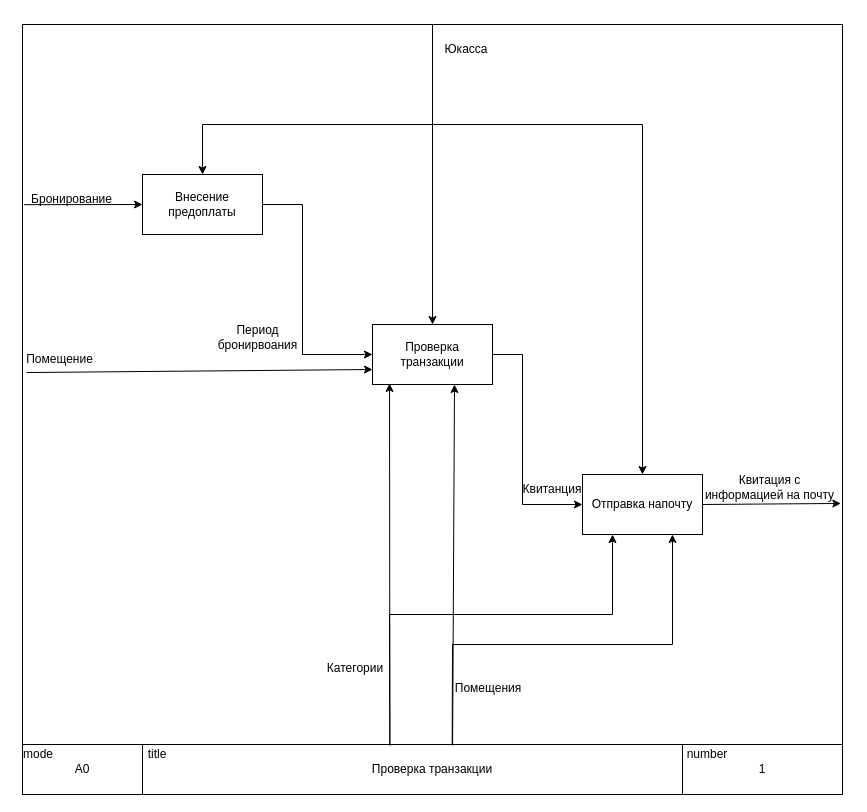
Honeysuckle52/interior keeps this draw.io diagram as Курсовая 2025/Диаграммы/Диаграмма декомпозиций А1.drawio. Above is the earlier version. Source tidied: cells renumbered, new cells numbered last; positions are measured from the earlier drawing's top-left corner, leaving out a move shared by most shapes. Both pictures are drawn from the tidied source at 100%, with x=0, y=0 at pixel (22, 24).
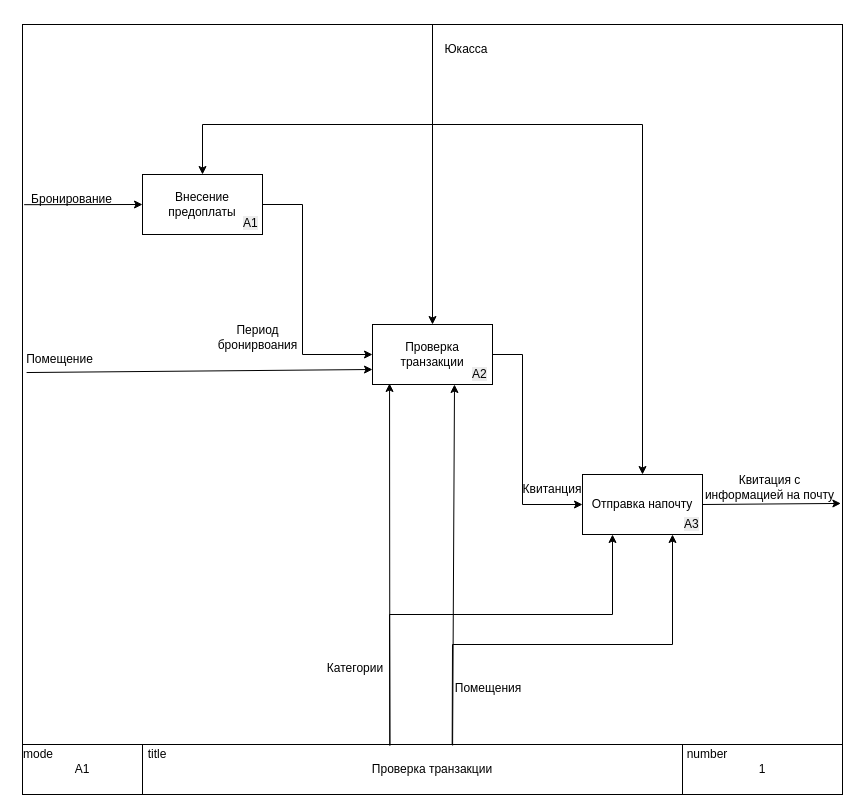
The same diagram, later.

What changed in the source:
```diff
@@
-    <mxCell id="4" value="А0" style="rounded=0;whiteSpace=wrap;html=1;" parent="1" vertex="1">
+    <mxCell id="4" value="А1" style="rounded=0;whiteSpace=wrap;html=1;" parent="1" vertex="1">
       <mxGeometry y="720" width="120" height="50" as="geometry" />
     </mxCell>
@@
+    <mxCell id="32" value="&lt;span style=&quot;color: rgb(0, 0, 0); font-family: Helvetica; font-size: 12px; font-style: normal; font-variant-ligatures: normal; font-variant-caps: normal; font-weight: 400; letter-spacing: normal; orphans: 2; text-align: center; text-indent: 0px; text-transform: none; widows: 2; word-spacing: 0px; -webkit-text-stroke-width: 0px; white-space: normal; background-color: rgb(236, 236, 236); text-decoration-thickness: initial; text-decoration-style: initial; text-decoration-color: initial; display: inline !important; float: none;&quot;&gt;А1&lt;/span&gt;" style="text;whiteSpace=wrap;html=1;" parent="1" vertex="1">
+      <mxGeometry x="219" y="185" width="43" height="36" as="geometry" />
+    </mxCell>
+    <mxCell id="33" value="&lt;span style=&quot;color: rgb(0, 0, 0); font-family: Helvetica; font-size: 12px; font-style: normal; font-variant-ligatures: normal; font-variant-caps: normal; font-weight: 400; letter-spacing: normal; orphans: 2; text-align: center; text-indent: 0px; text-transform: none; widows: 2; word-spacing: 0px; -webkit-text-stroke-width: 0px; white-space: normal; background-color: rgb(236, 236, 236); text-decoration-thickness: initial; text-decoration-style: initial; text-decoration-color: initial; float: none; display: inline !important;&quot;&gt;А2&lt;/span&gt;" style="text;whiteSpace=wrap;html=1;" parent="1" vertex="1">
+      <mxGeometry x="448" y="336" width="43" height="36" as="geometry" />
+    </mxCell>
+    <mxCell id="34" value="&lt;span style=&quot;color: rgb(0, 0, 0); font-family: Helvetica; font-size: 12px; font-style: normal; font-variant-ligatures: normal; font-variant-caps: normal; font-weight: 400; letter-spacing: normal; orphans: 2; text-align: center; text-indent: 0px; text-transform: none; widows: 2; word-spacing: 0px; -webkit-text-stroke-width: 0px; white-space: normal; background-color: rgb(236, 236, 236); text-decoration-thickness: initial; text-decoration-style: initial; text-decoration-color: initial; float: none; display: inline !important;&quot;&gt;А3&lt;/span&gt;" style="text;whiteSpace=wrap;html=1;" parent="1" vertex="1">
+      <mxGeometry x="660" y="486" width="43" height="36" as="geometry" />
+    </mxCell>
```
